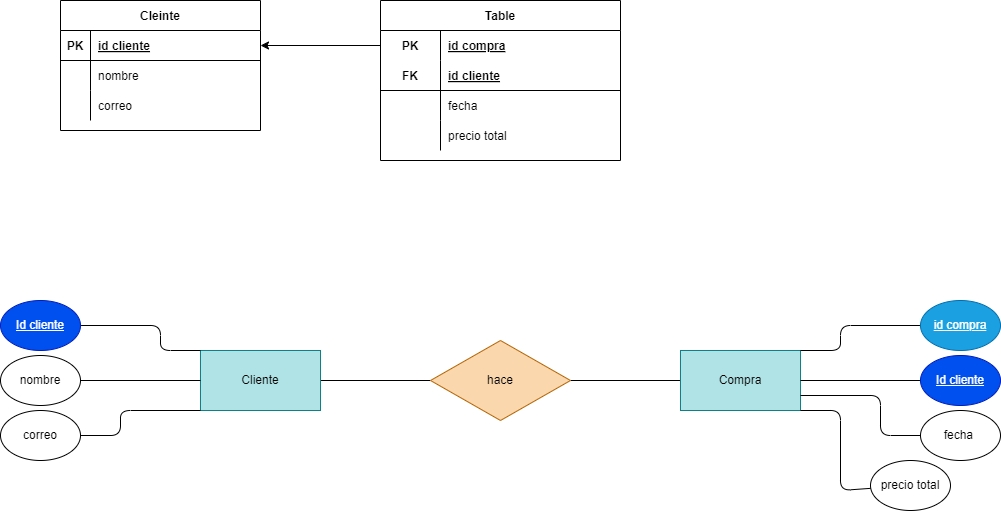
This is Tareas/Unidad2/ejercicio2.8.drawio.png from WhiteCascade/BAE, a draw.io export, as it was before one commit. Source tidied: cells renumbered, new cells last; positions are measured from the earlier drawing's top-left corner, leaving out a move shared by most shapes.
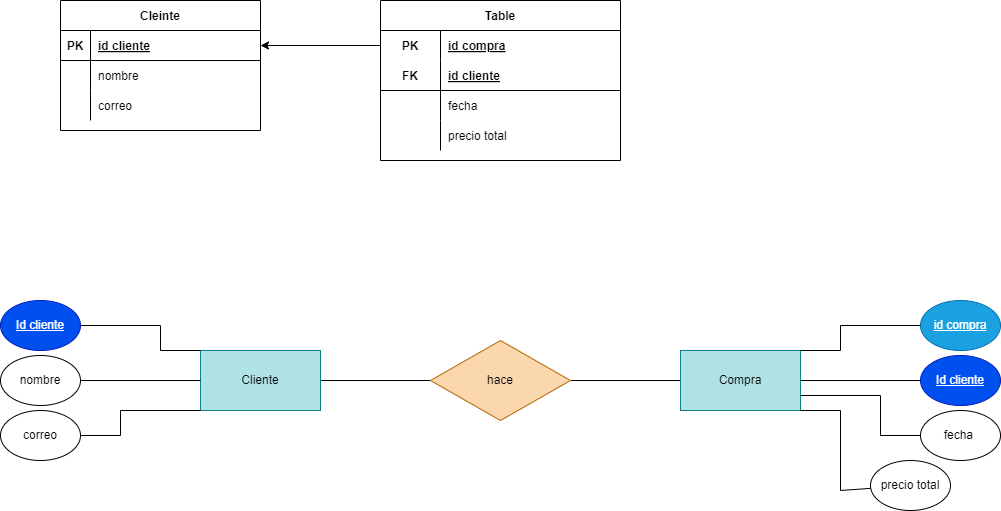
After the commit.

Diff of the diagram source:
```diff
@@ -89,7 +89,7 @@
     <mxCell id="30" value="hace" style="rhombus;whiteSpace=wrap;html=1;fillColor=#fad7ac;strokeColor=#b46504;" parent="1" vertex="1">
       <mxGeometry x="430" y="340" width="140" height="80" as="geometry" />
     </mxCell>
-    <mxCell id="31" style="edgeStyle=none;html=1;entryX=0;entryY=0;entryDx=0;entryDy=0;endArrow=none;endFill=0;" parent="1" edge="1" source="32" target="27">
+    <mxCell id="31" style="edgeStyle=none;html=1;entryX=0;entryY=0;entryDx=0;entryDy=0;endArrow=none;endFill=0;rounded=0;" parent="1" edge="1" source="32" target="27">
       <mxGeometry relative="1" as="geometry">
         <Array as="points">
           <mxPoint x="160" y="325" />
@@ -106,7 +106,7 @@
     <mxCell id="34" value="nombre" style="ellipse;whiteSpace=wrap;html=1;" parent="1" vertex="1">
       <mxGeometry y="355" width="80" height="50" as="geometry" />
     </mxCell>
-    <mxCell id="35" style="edgeStyle=none;html=1;entryX=0;entryY=1;entryDx=0;entryDy=0;endArrow=none;endFill=0;" parent="1" edge="1" source="36" target="27">
+    <mxCell id="35" style="edgeStyle=none;html=1;entryX=0;entryY=1;entryDx=0;entryDy=0;endArrow=none;endFill=0;rounded=0;" parent="1" edge="1" source="36" target="27">
       <mxGeometry relative="1" as="geometry">
         <Array as="points">
           <mxPoint x="120" y="435" />
@@ -117,7 +117,7 @@
     <mxCell id="36" value="correo" style="ellipse;whiteSpace=wrap;html=1;" parent="1" vertex="1">
       <mxGeometry y="410" width="80" height="50" as="geometry" />
     </mxCell>
-    <mxCell id="37" style="edgeStyle=none;html=1;entryX=1;entryY=0;entryDx=0;entryDy=0;endArrow=none;endFill=0;" parent="1" edge="1" source="38" target="29">
+    <mxCell id="37" style="edgeStyle=none;html=1;entryX=1;entryY=0;entryDx=0;entryDy=0;endArrow=none;endFill=0;rounded=0;" parent="1" edge="1" source="38" target="29">
       <mxGeometry relative="1" as="geometry">
         <Array as="points">
           <mxPoint x="840" y="325" />
@@ -134,7 +134,7 @@
     <mxCell id="40" value="&lt;u&gt;Id cliente&lt;/u&gt;" style="ellipse;whiteSpace=wrap;html=1;fillColor=#0050ef;fontColor=#ffffff;strokeColor=#001DBC;" parent="1" vertex="1">
       <mxGeometry x="920" y="355" width="80" height="50" as="geometry" />
     </mxCell>
-    <mxCell id="41" style="edgeStyle=none;html=1;entryX=1;entryY=0.75;entryDx=0;entryDy=0;endArrow=none;endFill=0;" parent="1" edge="1" source="42" target="29">
+    <mxCell id="41" style="edgeStyle=none;html=1;entryX=1;entryY=0.75;entryDx=0;entryDy=0;endArrow=none;endFill=0;rounded=0;" parent="1" edge="1" source="42" target="29">
       <mxGeometry relative="1" as="geometry">
         <Array as="points">
           <mxPoint x="880" y="435" />
@@ -145,7 +145,7 @@
     <mxCell id="42" value="fecha&amp;nbsp;" style="ellipse;whiteSpace=wrap;html=1;" parent="1" vertex="1">
       <mxGeometry x="920" y="410" width="80" height="50" as="geometry" />
     </mxCell>
-    <mxCell id="43" style="edgeStyle=none;html=1;entryX=1;entryY=1;entryDx=0;entryDy=0;endArrow=none;endFill=0;" parent="1" edge="1" source="44" target="29">
+    <mxCell id="43" style="edgeStyle=none;html=1;entryX=1;entryY=1;entryDx=0;entryDy=0;endArrow=none;endFill=0;rounded=0;" parent="1" edge="1" source="44" target="29">
       <mxGeometry relative="1" as="geometry">
         <Array as="points">
           <mxPoint x="840" y="490" />
```
